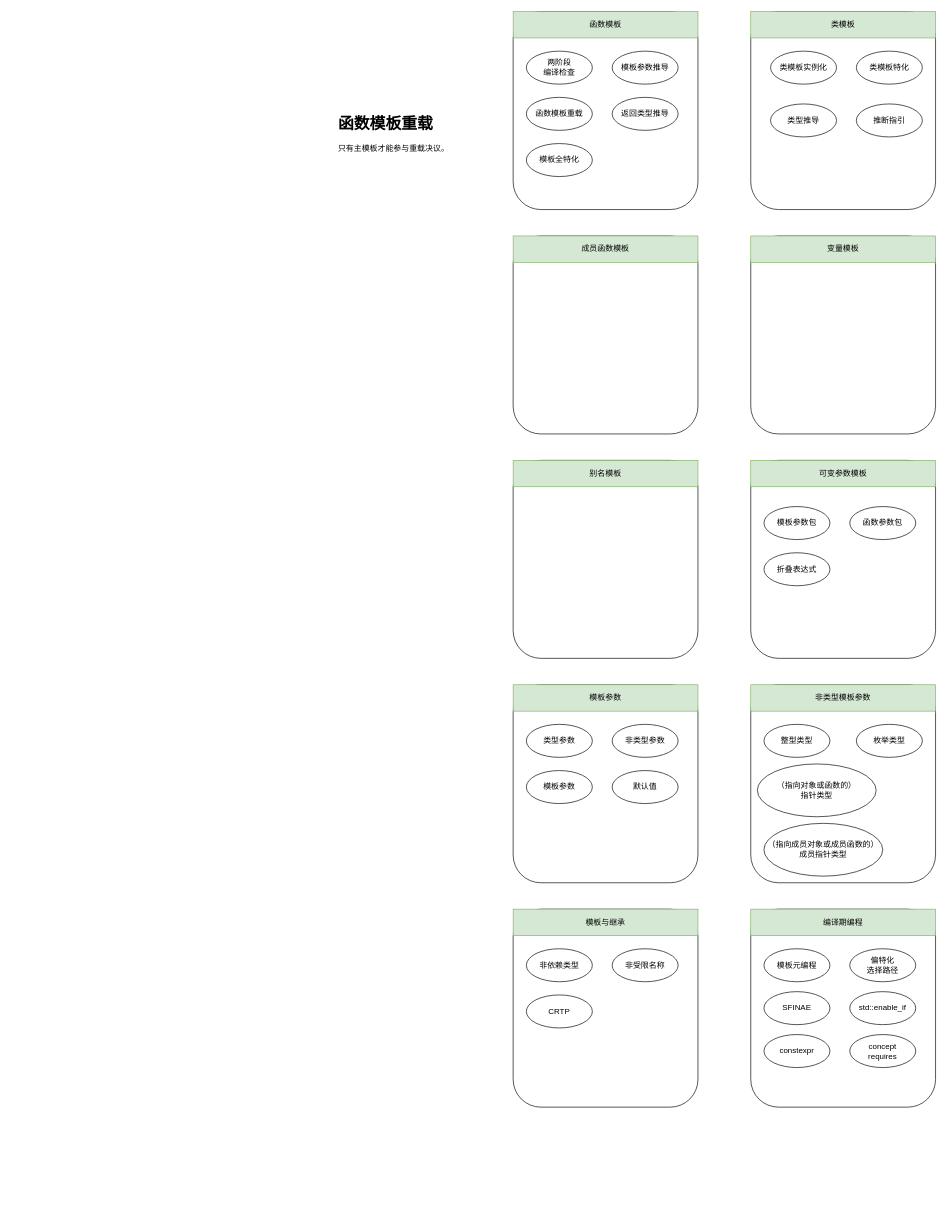
Before: cplusplus_template_learning.drawio in ZiqingYip/moment, a draw.io diagram. Source tidied: cells renumbered, new cells numbered last; positions are measured from the earlier drawing's top-left corner, leaving out a move shared by most shapes. Both pictures are drawn from the tidied source at 66%, with x=0, y=0 at pixel (335, 11).
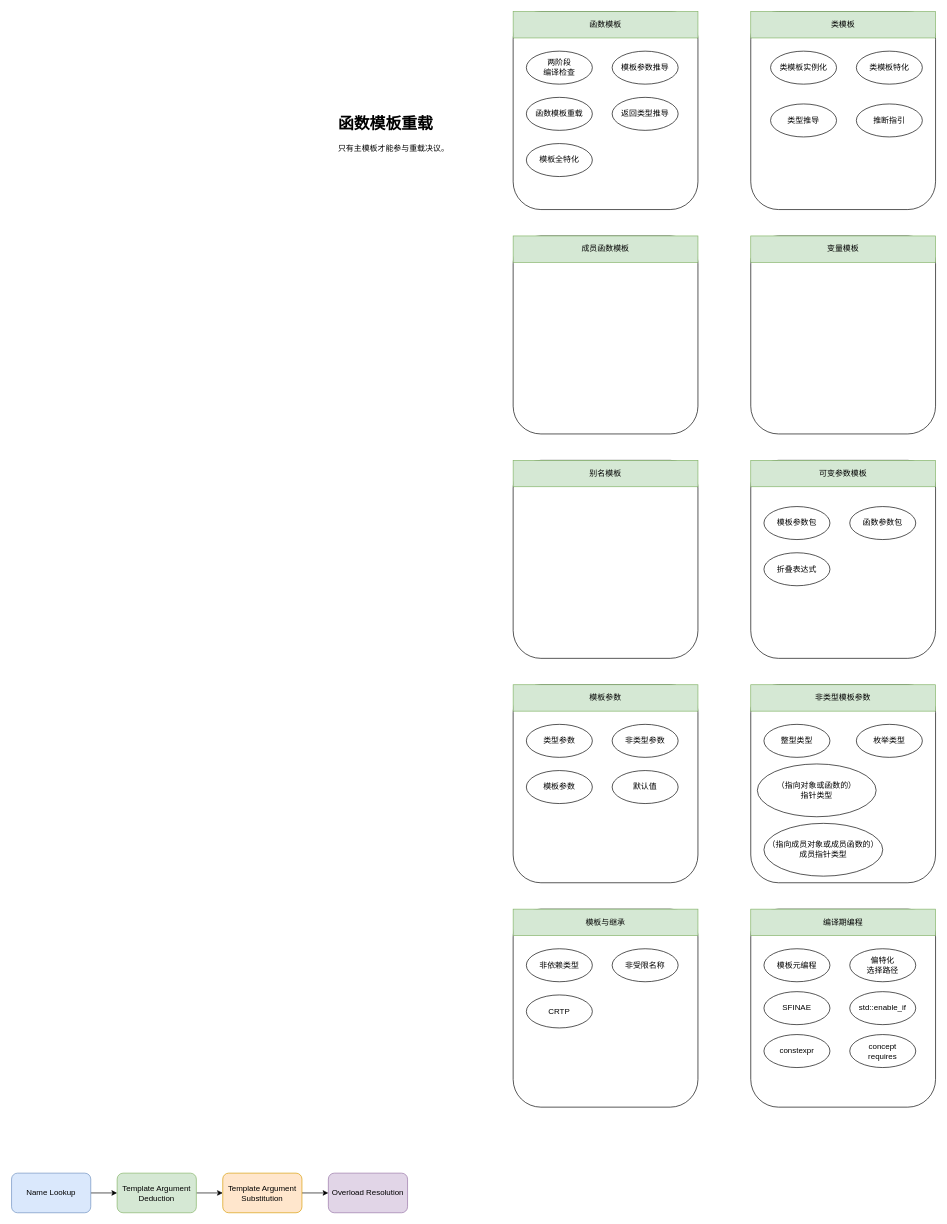
Above is the later version.

What changed in the source:
```diff
@@
+    <mxCell id="52" style="edgeStyle=orthogonalEdgeStyle;rounded=0;jettySize=auto;html=1;exitX=1;exitY=0.5;exitDx=0;exitDy=0;entryX=0;entryY=0.5;entryDx=0;entryDy=0;" parent="1" edge="1" source="53" target="55">
+      <mxGeometry relative="1" as="geometry" />
+    </mxCell>
+    <mxCell id="53" value="Name Lookup" style="rounded=1;whiteSpace=wrap;html=1;fillColor=#dae8fc;strokeColor=#6c8ebf;" parent="1" vertex="1">
+      <mxGeometry x="-490" y="1760" width="120" height="60" as="geometry" />
+    </mxCell>
+    <mxCell id="54" style="edgeStyle=orthogonalEdgeStyle;rounded=0;jettySize=auto;html=1;exitX=1;exitY=0.5;exitDx=0;exitDy=0;entryX=0;entryY=0.5;entryDx=0;entryDy=0;" parent="1" edge="1" source="55" target="57">
+      <mxGeometry relative="1" as="geometry" />
+    </mxCell>
+    <mxCell id="55" value="Template Argument Deduction" style="rounded=1;whiteSpace=wrap;html=1;fillColor=#d5e8d4;strokeColor=#82b366;" parent="1" vertex="1">
+      <mxGeometry x="-330" y="1760" width="120" height="60" as="geometry" />
+    </mxCell>
+    <mxCell id="56" style="edgeStyle=orthogonalEdgeStyle;rounded=0;jettySize=auto;html=1;exitX=1;exitY=0.5;exitDx=0;exitDy=0;entryX=0;entryY=0.5;entryDx=0;entryDy=0;" parent="1" edge="1" source="57" target="58">
+      <mxGeometry relative="1" as="geometry" />
+    </mxCell>
+    <mxCell id="57" value="Template Argument Substitution" style="rounded=1;whiteSpace=wrap;html=1;fillColor=#ffe6cc;strokeColor=#d79b00;" parent="1" vertex="1">
+      <mxGeometry x="-170" y="1760" width="120" height="60" as="geometry" />
+    </mxCell>
+    <mxCell id="58" value="Overload Resolution" style="rounded=1;whiteSpace=wrap;html=1;fillColor=#e1d5e7;strokeColor=#9673a6;" parent="1" vertex="1">
+      <mxGeometry x="-10" y="1760" width="120" height="60" as="geometry" />
+    </mxCell>
```
